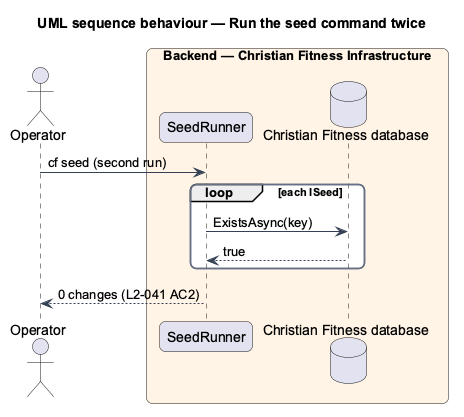
The PlantUML diagram docs/detailed-designs/operations/deploy-and-migrate/diagrams/sequence-seed-twice.png in QuinntyneBrown/christian-fitness, before a commit. The source it was exported from:
```plantuml
@startuml
title UML sequence behaviour — Run the seed command twice
skinparam backgroundColor #FFFFFF
skinparam shadowing false
skinparam roundcorner 12
skinparam defaultFontName Arial
skinparam ArrowColor #344054
skinparam rectangle {
  BorderColor #344054
  FontColor #101828
}
skinparam package {
  BorderColor #667085
  FontColor #101828
  BackgroundColor #F9FAFB
}
actor "Operator" as actor
box "Backend — Christian Fitness Infrastructure" #FFF4E5
  participant "SeedRunner" as r
  database "Christian Fitness database" as db
end box
actor -> r : cf seed (second run)
loop each ISeed
  r -> db : ExistsAsync(key)
  db --> r : true
end
r --> actor : 0 changes (L2-041 AC2)
@enduml
```
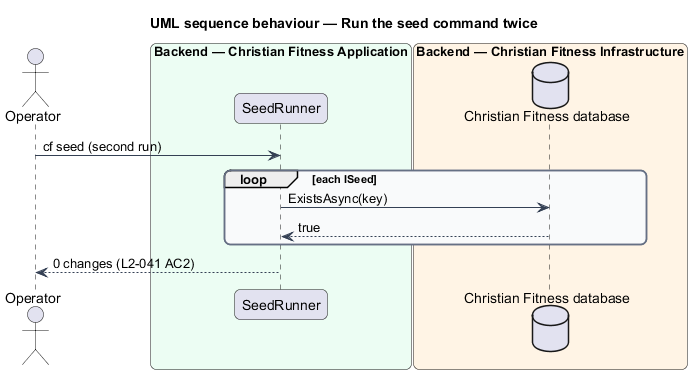
The same diagram one commit later.

Change to the diagram source:
```diff
@@ -15,8 +15,10 @@
   BackgroundColor #F9FAFB
 }
 actor "Operator" as actor
+box "Backend — Christian Fitness Application" #ECFDF3
+  participant "SeedRunner" as r
+end box
 box "Backend — Christian Fitness Infrastructure" #FFF4E5
-  participant "SeedRunner" as r
   database "Christian Fitness database" as db
 end box
 actor -> r : cf seed (second run)
```
